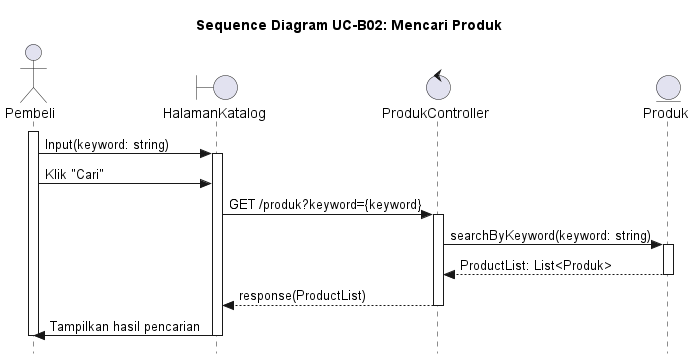
Before: out/UC-B02/SD-UC-B02_MencariProduk.png, a diagram exported from PlantUML (alfiahnurfa/RSI-PROYEK-AKHIR-SEQUENCE). The source it was exported from:
```plantuml
@startuml SD-UC-B02_MencariProduk
title Sequence Diagram UC-B02: Mencari Produk
skinparam style strictuml

actor Pembeli
boundary HalamanKatalog
control ProdukController
entity Produk

activate Pembeli
Pembeli -> HalamanKatalog : Input(keyword: string)
activate HalamanKatalog

Pembeli -> HalamanKatalog : Klik "Cari"

HalamanKatalog -> ProdukController : GET /produk?keyword={keyword}
activate ProdukController

ProdukController -> Produk : searchByKeyword(keyword: string)
activate Produk
Produk --> ProdukController : ProductList: List<Produk>
deactivate Produk

ProdukController --> HalamanKatalog : response(ProductList)
deactivate ProdukController

HalamanKatalog -> Pembeli : Tampilkan hasil pencarian
deactivate HalamanKatalog
deactivate Pembeli

@enduml
```
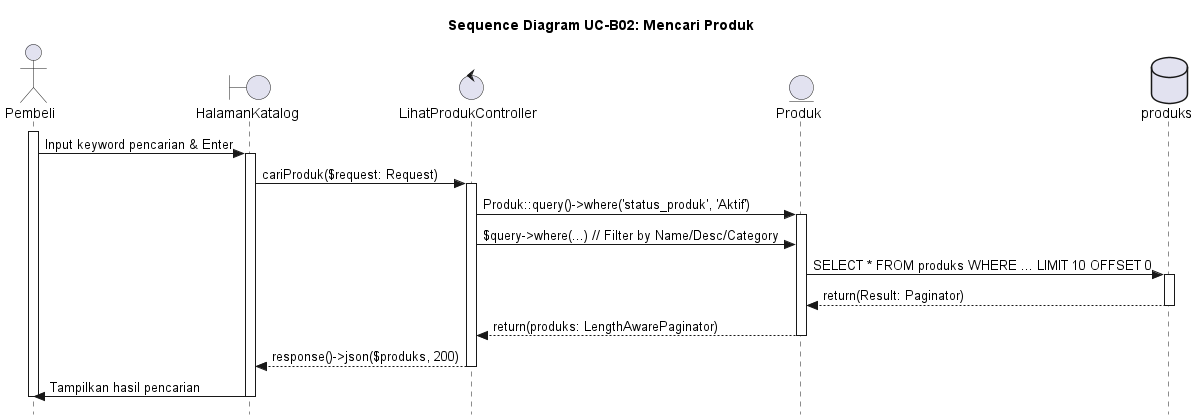
Later version of the same file.

Diff of the diagram source:
```diff
@@ -4,28 +4,33 @@
 
 actor Pembeli
 boundary HalamanKatalog
-control ProdukController
+control LihatProdukController
 entity Produk
+database produks
 
 activate Pembeli
-Pembeli -> HalamanKatalog : Input(keyword: string)
+Pembeli -> HalamanKatalog : Input keyword pencarian & Enter
 activate HalamanKatalog
 
-Pembeli -> HalamanKatalog : Klik "Cari"
+HalamanKatalog -> LihatProdukController : cariProduk($request: Request)
+activate LihatProdukController
 
-HalamanKatalog -> ProdukController : GET /produk?keyword={keyword}
-activate ProdukController
+LihatProdukController -> Produk : Produk::query()->where('status_produk', 'Aktif')
+activate Produk
 
-ProdukController -> Produk : searchByKeyword(keyword: string)
-activate Produk
-Produk --> ProdukController : ProductList: List<Produk>
+LihatProdukController -> Produk : $query->where(...) // Filter by Name/Desc/Category
+Produk -> produks : SELECT * FROM produks WHERE ... LIMIT 10 OFFSET 0
+activate produks
+produks --> Produk : return(Result: Paginator)
+deactivate produks
+
+Produk --> LihatProdukController : return(produks: LengthAwarePaginator)
 deactivate Produk
 
-ProdukController --> HalamanKatalog : response(ProductList)
-deactivate ProdukController
+LihatProdukController --> HalamanKatalog : response()->json($produks, 200)
+deactivate LihatProdukController
 
 HalamanKatalog -> Pembeli : Tampilkan hasil pencarian
 deactivate HalamanKatalog
 deactivate Pembeli
-
 @enduml
```
